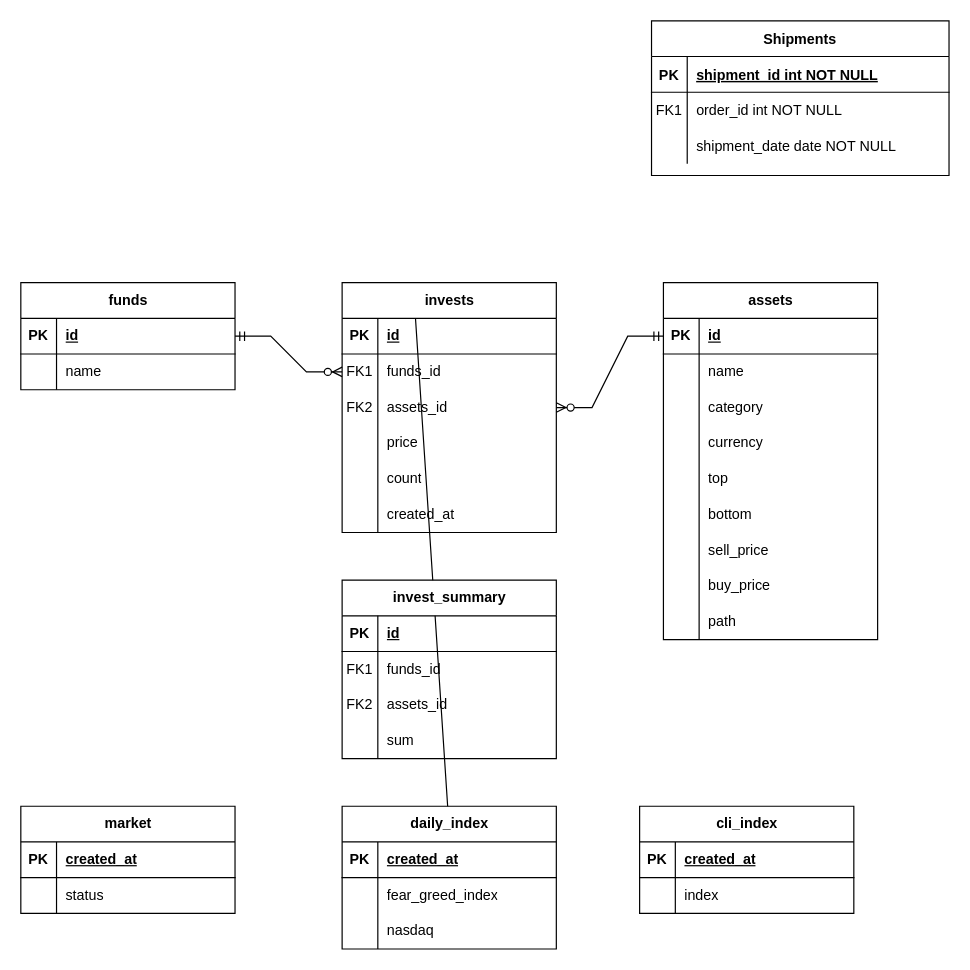
Above: invest/invest_model.drawio in ChoSanghyuk/personal_projects (draw.io), before the change. Source tidied: cells renumbered, new cells numbered last; positions are measured from the earlier drawing's top-left corner, leaving out a move shared by most shapes. Both pictures are drawn from the tidied source at 119%, with x=0, y=0 at pixel (20, 20).
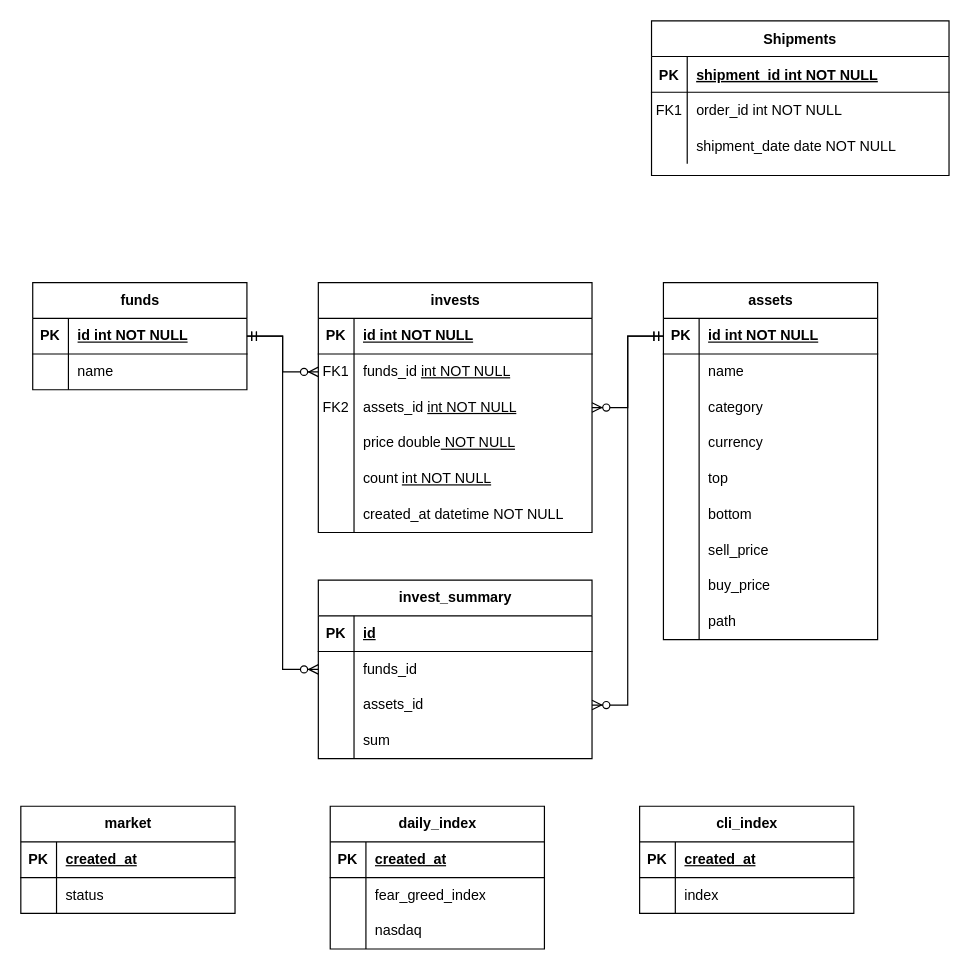
The same diagram, later.

The change refers to these unchanged cells:
```xml
<mxCell id="14" style="shape=tableRow;horizontal=0;startSize=0;swimlaneHead=0;swimlaneBody=0;fillColor=none;points=[[0,0.5],[1,0.5]];portConstraint=eastwest;top=0;left=0;right=0;bottom=1;" parent="13" vertex="1">
  <mxGeometry y="30" width="180" height="30" as="geometry" />
</mxCell>
<mxCell id="42" style="shape=tableRow;horizontal=0;startSize=0;swimlaneHead=0;swimlaneBody=0;fillColor=none;points=[[0,0.5],[1,0.5]];portConstraint=eastwest;top=0;left=0;right=0;bottom=1;" parent="41" vertex="1">
  <mxGeometry y="30" width="180" height="30" as="geometry" />
</mxCell>
```

Change to the diagram source:
```diff
@@
-    <mxCell id="2" style="edgeStyle=entityRelationEdgeStyle;endArrow=ERzeroToMany;startArrow=ERone;endFill=1;startFill=0;" parent="1" edge="1">
-      <mxGeometry relative="1" as="geometry">
-        <mxPoint x="300" y="225" as="sourcePoint" />
-        <mxPoint x="390" y="680" as="targetPoint" />
-      </mxGeometry>
-    </mxCell>
@@
-    <mxCell id="16" value="id" style="shape=partialRectangle;fillColor=none;top=0;left=0;bottom=0;right=0;align=left;spacingLeft=6;fontStyle=5;overflow=hidden;whiteSpace=wrap;html=1;" parent="14" vertex="1">
+    <mxCell id="16" value="id int NOT NULL" style="shape=partialRectangle;fillColor=none;top=0;left=0;bottom=0;right=0;align=left;spacingLeft=6;fontStyle=5;overflow=hidden;whiteSpace=wrap;html=1;" parent="14" vertex="1">
       <mxGeometry x="30" width="150" height="30" as="geometry" />
     </mxCell>
@@
     <mxCell id="41" value="funds" style="shape=table;startSize=30;childLayout=tableLayout;rowLines=0;fontStyle=1;align=center;html=1;" parent="1" vertex="1">
-      <mxGeometry y="220" width="180" height="90" as="geometry" />
+      <mxGeometry x="10" y="220" width="180" height="90" as="geometry" />
     </mxCell>
@@
-    <mxCell id="44" value="id" style="shape=partialRectangle;fillColor=none;top=0;left=0;bottom=0;right=0;align=left;spacingLeft=6;fontStyle=5;overflow=hidden;whiteSpace=wrap;html=1;" parent="42" vertex="1">
+    <mxCell id="44" value="id int NOT NULL" style="shape=partialRectangle;fillColor=none;top=0;left=0;bottom=0;right=0;align=left;spacingLeft=6;fontStyle=5;overflow=hidden;whiteSpace=wrap;html=1;" parent="42" vertex="1">
       <mxGeometry x="30" width="150" height="30" as="geometry" />
     </mxCell>
@@
     <mxCell id="48" value="invests" style="shape=table;startSize=30;childLayout=tableLayout;rowLines=0;fontStyle=1;align=center;html=1;" parent="1" vertex="1">
-      <mxGeometry x="270" y="220" width="180" height="210" as="geometry" />
+      <mxGeometry x="250" y="220" width="230" height="210" as="geometry" />
     </mxCell>
     <mxCell id="49" style="shape=tableRow;horizontal=0;startSize=0;swimlaneHead=0;swimlaneBody=0;fillColor=none;top=0;left=0;right=0;bottom=1;" parent="48" vertex="1">
-      <mxGeometry y="30" width="180" height="30" as="geometry" />
+      <mxGeometry y="30" width="230" height="30" as="geometry" />
     </mxCell>
@@
-    <mxCell id="51" value="id" style="shape=partialRectangle;fillColor=none;top=0;left=0;bottom=0;right=0;align=left;spacingLeft=6;fontStyle=5;overflow=hidden;whiteSpace=wrap;html=1;" parent="49" vertex="1">
-      <mxGeometry x="30" width="150" height="30" as="geometry" />
+    <mxCell id="51" value="id int NOT NULL" style="shape=partialRectangle;fillColor=none;top=0;left=0;bottom=0;right=0;align=left;spacingLeft=6;fontStyle=5;overflow=hidden;whiteSpace=wrap;html=1;" parent="49" vertex="1">
+      <mxGeometry x="30" width="200" height="30" as="geometry" />
     </mxCell>
     <mxCell id="52" style="shape=tableRow;horizontal=0;startSize=0;swimlaneHead=0;swimlaneBody=0;fillColor=none;points=[[0,0.5],[1,0.5]];portConstraint=eastwest;top=0;left=0;right=0;bottom=0;" parent="48" vertex="1">
-      <mxGeometry y="60" width="180" height="30" as="geometry" />
+      <mxGeometry y="60" width="230" height="30" as="geometry" />
     </mxCell>
@@
-    <mxCell id="54" value="funds_id" style="shape=partialRectangle;fillColor=none;top=0;left=0;bottom=0;right=0;align=left;spacingLeft=6;overflow=hidden;whiteSpace=wrap;html=1;" parent="52" vertex="1">
-      <mxGeometry x="30" width="150" height="30" as="geometry" />
+    <mxCell id="54" value="funds_id&amp;nbsp;&lt;span style=&quot;text-decoration-line: underline;&quot;&gt;int NOT NULL&lt;/span&gt;" style="shape=partialRectangle;fillColor=none;top=0;left=0;bottom=0;right=0;align=left;spacingLeft=6;overflow=hidden;whiteSpace=wrap;html=1;" parent="52" vertex="1">
+      <mxGeometry x="30" width="200" height="30" as="geometry" />
     </mxCell>
     <mxCell id="55" style="shape=tableRow;horizontal=0;startSize=0;swimlaneHead=0;swimlaneBody=0;fillColor=none;points=[[0,0.5],[1,0.5]];portConstraint=eastwest;top=0;left=0;right=0;bottom=0;" parent="48" vertex="1">
-      <mxGeometry y="90" width="180" height="30" as="geometry" />
+      <mxGeometry y="90" width="230" height="30" as="geometry" />
     </mxCell>
@@
-    <mxCell id="57" value="assets_id" style="shape=partialRectangle;fillColor=none;top=0;left=0;bottom=0;right=0;align=left;spacingLeft=6;overflow=hidden;whiteSpace=wrap;html=1;" parent="55" vertex="1">
-      <mxGeometry x="30" width="150" height="30" as="geometry" />
+    <mxCell id="57" value="assets_id&amp;nbsp;&lt;span style=&quot;text-decoration-line: underline;&quot;&gt;int NOT NULL&lt;/span&gt;" style="shape=partialRectangle;fillColor=none;top=0;left=0;bottom=0;right=0;align=left;spacingLeft=6;overflow=hidden;whiteSpace=wrap;html=1;" parent="55" vertex="1">
+      <mxGeometry x="30" width="200" height="30" as="geometry" />
     </mxCell>
     <mxCell id="58" style="shape=tableRow;horizontal=0;startSize=0;swimlaneHead=0;swimlaneBody=0;fillColor=none;top=0;left=0;right=0;bottom=0;" parent="48" vertex="1">
-      <mxGeometry y="120" width="180" height="30" as="geometry" />
+      <mxGeometry y="120" width="230" height="30" as="geometry" />
     </mxCell>
@@
-    <mxCell id="60" value="price" style="shape=partialRectangle;fillColor=none;top=0;left=0;bottom=0;right=0;align=left;spacingLeft=6;overflow=hidden;whiteSpace=wrap;html=1;" parent="58" vertex="1">
-      <mxGeometry x="30" width="150" height="30" as="geometry" />
+    <mxCell id="60" value="price double&lt;span style=&quot;text-decoration-line: underline;&quot;&gt;&amp;nbsp;NOT NULL&lt;/span&gt;" style="shape=partialRectangle;fillColor=none;top=0;left=0;bottom=0;right=0;align=left;spacingLeft=6;overflow=hidden;whiteSpace=wrap;html=1;" parent="58" vertex="1">
+      <mxGeometry x="30" width="200" height="30" as="geometry" />
     </mxCell>
     <mxCell id="61" style="shape=tableRow;horizontal=0;startSize=0;swimlaneHead=0;swimlaneBody=0;fillColor=none;top=0;left=0;right=0;bottom=0;" parent="48" vertex="1">
-      <mxGeometry y="150" width="180" height="30" as="geometry" />
+      <mxGeometry y="150" width="230" height="30" as="geometry" />
     </mxCell>
@@
-    <mxCell id="63" value="count" style="shape=partialRectangle;fillColor=none;top=0;left=0;bottom=0;right=0;align=left;spacingLeft=6;overflow=hidden;whiteSpace=wrap;html=1;" parent="61" vertex="1">
-      <mxGeometry x="30" width="150" height="30" as="geometry" />
+    <mxCell id="63" value="count&amp;nbsp;&lt;span style=&quot;text-decoration-line: underline;&quot;&gt;int NOT NULL&lt;/span&gt;" style="shape=partialRectangle;fillColor=none;top=0;left=0;bottom=0;right=0;align=left;spacingLeft=6;overflow=hidden;whiteSpace=wrap;html=1;" parent="61" vertex="1">
+      <mxGeometry x="30" width="200" height="30" as="geometry" />
     </mxCell>
     <mxCell id="64" style="shape=tableRow;horizontal=0;startSize=0;swimlaneHead=0;swimlaneBody=0;fillColor=none;top=0;left=0;right=0;bottom=0;" parent="48" vertex="1">
-      <mxGeometry y="180" width="180" height="30" as="geometry" />
+      <mxGeometry y="180" width="230" height="30" as="geometry" />
     </mxCell>
@@
-    <mxCell id="66" value="created_at" style="shape=partialRectangle;fillColor=none;top=0;left=0;bottom=0;right=0;align=left;spacingLeft=6;overflow=hidden;whiteSpace=wrap;html=1;" parent="64" vertex="1">
-      <mxGeometry x="30" width="150" height="30" as="geometry" />
+    <mxCell id="66" value="created_at datetime NOT NULL" style="shape=partialRectangle;fillColor=none;top=0;left=0;bottom=0;right=0;align=left;spacingLeft=6;overflow=hidden;whiteSpace=wrap;html=1;" parent="64" vertex="1">
+      <mxGeometry x="30" width="200" height="30" as="geometry" />
     </mxCell>
@@
     <mxCell id="69" value="invest_summary" style="shape=table;startSize=30;childLayout=tableLayout;rowLines=0;fontStyle=1;align=center;html=1;" parent="1" vertex="1">
-      <mxGeometry x="270" y="470" width="180" height="150" as="geometry" />
+      <mxGeometry x="250" y="470" width="230" height="150" as="geometry" />
     </mxCell>
     <mxCell id="70" style="shape=tableRow;horizontal=0;startSize=0;swimlaneHead=0;swimlaneBody=0;fillColor=none;top=0;left=0;right=0;bottom=1;" parent="69" vertex="1">
-      <mxGeometry y="30" width="180" height="30" as="geometry" />
+      <mxGeometry y="30" width="230" height="30" as="geometry" />
     </mxCell>
@@
     <mxCell id="72" value="id" style="shape=partialRectangle;fillColor=none;top=0;left=0;bottom=0;right=0;align=left;spacingLeft=6;fontStyle=5;overflow=hidden;whiteSpace=wrap;html=1;" parent="70" vertex="1">
-      <mxGeometry x="30" width="150" height="30" as="geometry" />
+      <mxGeometry x="30" width="200" height="30" as="geometry" />
     </mxCell>
     <mxCell id="73" style="shape=tableRow;horizontal=0;startSize=0;swimlaneHead=0;swimlaneBody=0;fillColor=none;points=[[0,0.5],[1,0.5]];portConstraint=eastwest;top=0;left=0;right=0;bottom=0;" parent="69" vertex="1">
-      <mxGeometry y="60" width="180" height="30" as="geometry" />
+      <mxGeometry y="60" width="230" height="30" as="geometry" />
     </mxCell>
-    <mxCell id="74" value="FK1" style="shape=partialRectangle;fillColor=none;top=0;left=0;bottom=0;right=0;overflow=hidden;whiteSpace=wrap;html=1;" parent="73" vertex="1">
+    <mxCell id="74" style="shape=partialRectangle;fillColor=none;top=0;left=0;bottom=0;right=0;overflow=hidden;whiteSpace=wrap;html=1;" parent="73" vertex="1">
       <mxGeometry width="30" height="30" as="geometry" />
     </mxCell>
     <mxCell id="75" value="funds_id" style="shape=partialRectangle;fillColor=none;top=0;left=0;bottom=0;right=0;align=left;spacingLeft=6;overflow=hidden;whiteSpace=wrap;html=1;" parent="73" vertex="1">
-      <mxGeometry x="30" width="150" height="30" as="geometry" />
+      <mxGeometry x="30" width="200" height="30" as="geometry" />
     </mxCell>
     <mxCell id="76" style="shape=tableRow;horizontal=0;startSize=0;swimlaneHead=0;swimlaneBody=0;fillColor=none;points=[[0,0.5],[1,0.5]];portConstraint=eastwest;top=0;left=0;right=0;bottom=0;" parent="69" vertex="1">
-      <mxGeometry y="90" width="180" height="30" as="geometry" />
+      <mxGeometry y="90" width="230" height="30" as="geometry" />
     </mxCell>
-    <mxCell id="77" value="FK2" style="shape=partialRectangle;fillColor=none;top=0;left=0;bottom=0;right=0;overflow=hidden;whiteSpace=wrap;html=1;" parent="76" vertex="1">
+    <mxCell id="77" style="shape=partialRectangle;fillColor=none;top=0;left=0;bottom=0;right=0;overflow=hidden;whiteSpace=wrap;html=1;" parent="76" vertex="1">
       <mxGeometry width="30" height="30" as="geometry" />
     </mxCell>
     <mxCell id="78" value="assets_id" style="shape=partialRectangle;fillColor=none;top=0;left=0;bottom=0;right=0;align=left;spacingLeft=6;overflow=hidden;whiteSpace=wrap;html=1;" parent="76" vertex="1">
-      <mxGeometry x="30" width="150" height="30" as="geometry" />
+      <mxGeometry x="30" width="200" height="30" as="geometry" />
     </mxCell>
     <mxCell id="79" style="shape=tableRow;horizontal=0;startSize=0;swimlaneHead=0;swimlaneBody=0;fillColor=none;top=0;left=0;right=0;bottom=0;" parent="69" vertex="1">
-      <mxGeometry y="120" width="180" height="30" as="geometry" />
+      <mxGeometry y="120" width="230" height="30" as="geometry" />
     </mxCell>
@@
     <mxCell id="81" value="sum" style="shape=partialRectangle;fillColor=none;top=0;left=0;bottom=0;right=0;align=left;spacingLeft=6;overflow=hidden;whiteSpace=wrap;html=1;" parent="79" vertex="1">
-      <mxGeometry x="30" width="150" height="30" as="geometry" />
+      <mxGeometry x="30" width="200" height="30" as="geometry" />
     </mxCell>
@@
     <mxCell id="96" value="daily_index" style="shape=table;startSize=30;childLayout=tableLayout;rowLines=0;fontStyle=1;align=center;html=1;" parent="1" vertex="1">
-      <mxGeometry x="270" y="660" width="180" height="120" as="geometry" />
+      <mxGeometry x="260" y="660" width="180" height="120" as="geometry" />
     </mxCell>
@@
+    <mxCell id="106" style="edgeStyle=entityRelationEdgeStyle;fontSize=12;html=1;endArrow=ERzeroToMany;startArrow=ERmandOne;rounded=0;entryX=0;entryY=0.5;entryDx=0;entryDy=0;exitX=1;exitY=0.5;exitDx=0;exitDy=0;" parent="1" edge="1" source="42" target="73">
+      <mxGeometry relative="1" as="geometry">
+        <Array as="points">
+          <mxPoint x="220" y="530" />
+        </Array>
+      </mxGeometry>
+    </mxCell>
+    <mxCell id="107" style="edgeStyle=entityRelationEdgeStyle;fontSize=12;html=1;endArrow=ERzeroToMany;startArrow=ERmandOne;rounded=0;entryX=1;entryY=0.5;entryDx=0;entryDy=0;exitX=0;exitY=0.5;exitDx=0;exitDy=0;" parent="1" edge="1" source="14" target="76">
+      <mxGeometry relative="1" as="geometry">
+        <Array as="points">
+          <mxPoint x="450" y="570" />
+        </Array>
+      </mxGeometry>
+    </mxCell>
```
